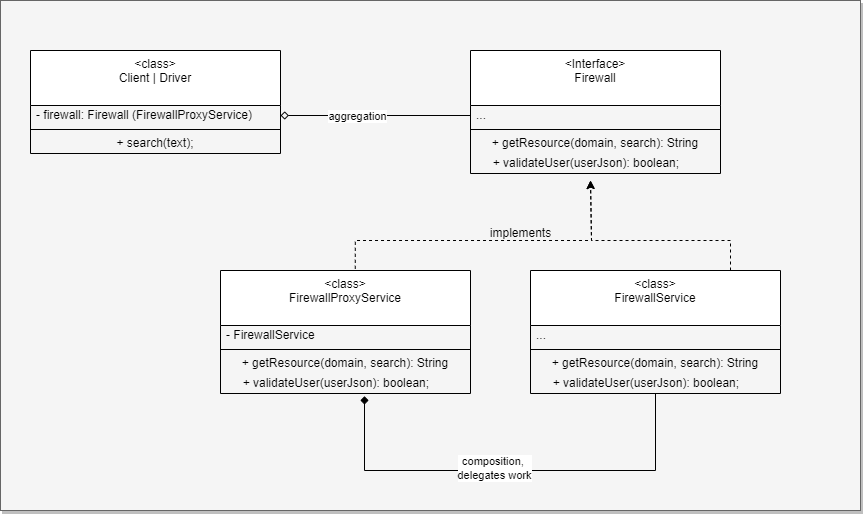
Earlier version of the draw.io export design-patterns/assets/proxy.png (Sudarshan-r-bhat/Design-Patterns). Source tidied: cells renumbered, new cells last; positions are measured from the earlier drawing's top-left corner, leaving out a move shared by most shapes. The source it was exported from:
```xml
<mxGraphModel>
  <root>
    <mxCell id="0" />
    <mxCell id="1" parent="0" />
    <mxCell id="2" style="rounded=0;whiteSpace=wrap;html=1;shadow=1;fillColor=#f5f5f5;strokeColor=#666666;fontColor=#333333;" parent="1" vertex="1">
      <mxGeometry width="860" height="510" as="geometry" />
    </mxCell>
    <mxCell id="3" style="edgeStyle=orthogonalEdgeStyle;rounded=0;jettySize=auto;html=1;entryX=1;entryY=0.5;entryDx=0;entryDy=0;exitX=0;exitY=0.5;exitDx=0;exitDy=0;endArrow=diamond;endFill=0;" parent="1" edge="1" source="6" target="24">
      <mxGeometry relative="1" as="geometry" />
    </mxCell>
    <mxCell id="4" value="aggregation" style="edgeLabel;html=1;align=center;verticalAlign=middle;" parent="3" vertex="1">
      <mxGeometry x="0.2" relative="1" as="geometry" />
    </mxCell>
    <mxCell id="5" value="&amp;lt;Interface&amp;gt;&lt;br&gt;Firewall" style="swimlane;fontStyle=0;align=center;verticalAlign=top;horizontal=1;startSize=55;html=1;whiteSpace=wrap;" parent="1" vertex="1">
      <mxGeometry x="470" y="50" width="250" height="123" as="geometry" />
    </mxCell>
    <mxCell id="6" value="..." style="text;html=1;strokeColor=none;fillColor=none;align=left;verticalAlign=middle;spacingLeft=4;spacingRight=4;overflow=hidden;points=[[0,0.5],[1,0.5]];portConstraint=eastwest;whiteSpace=wrap;" parent="5" vertex="1">
      <mxGeometry y="55" width="250" height="20" as="geometry" />
    </mxCell>
    <mxCell id="7" style="line;strokeWidth=1;fillColor=none;align=left;verticalAlign=middle;spacingTop=-1;spacingLeft=3;spacingRight=3;labelPosition=right;" parent="5" vertex="1">
      <mxGeometry y="75" width="250" height="8" as="geometry" />
    </mxCell>
    <mxCell id="8" value="+ getResource(domain, search): String" style="text;html=1;strokeColor=none;fillColor=none;align=center;verticalAlign=middle;spacingLeft=4;spacingRight=4;overflow=hidden;whiteSpace=wrap;" parent="5" vertex="1">
      <mxGeometry y="83" width="250" height="20" as="geometry" />
    </mxCell>
    <mxCell id="9" value="&amp;nbsp; &amp;nbsp; &amp;nbsp;+ validateUser(userJson): boolean;" style="text;html=1;strokeColor=none;fillColor=none;align=left;verticalAlign=middle;spacingLeft=4;spacingRight=4;overflow=hidden;whiteSpace=wrap;" parent="5" vertex="1">
      <mxGeometry y="103" width="250" height="20" as="geometry" />
    </mxCell>
    <mxCell id="10" style="edgeStyle=orthogonalEdgeStyle;rounded=0;jettySize=auto;html=1;dashed=1;" parent="1" edge="1" source="11">
      <mxGeometry relative="1" as="geometry">
        <mxPoint x="590" y="180" as="targetPoint" />
        <Array as="points">
          <mxPoint x="730" y="240" />
          <mxPoint x="591" y="240" />
        </Array>
      </mxGeometry>
    </mxCell>
    <mxCell id="11" value="&amp;lt;class&amp;gt;&lt;br&gt;FirewallService" style="swimlane;fontStyle=0;align=center;verticalAlign=top;horizontal=1;startSize=55;html=1;whiteSpace=wrap;" parent="1" vertex="1">
      <mxGeometry x="530" y="270" width="250" height="123" as="geometry" />
    </mxCell>
    <mxCell id="12" value="..." style="text;html=1;strokeColor=none;fillColor=none;align=left;verticalAlign=middle;spacingLeft=4;spacingRight=4;overflow=hidden;whiteSpace=wrap;" parent="11" vertex="1">
      <mxGeometry y="55" width="250" height="20" as="geometry" />
    </mxCell>
    <mxCell id="13" style="line;strokeWidth=1;fillColor=none;align=left;verticalAlign=middle;spacingTop=-1;spacingLeft=3;spacingRight=3;labelPosition=right;" parent="11" vertex="1">
      <mxGeometry y="75" width="250" height="8" as="geometry" />
    </mxCell>
    <mxCell id="14" value="+ getResource(domain, search): String" style="text;html=1;strokeColor=none;fillColor=none;align=center;verticalAlign=middle;spacingLeft=4;spacingRight=4;overflow=hidden;points=[[0,0.5],[1,0.5]];portConstraint=eastwest;whiteSpace=wrap;" parent="11" vertex="1">
      <mxGeometry y="83" width="250" height="20" as="geometry" />
    </mxCell>
    <mxCell id="15" value="&amp;nbsp; &amp;nbsp; &amp;nbsp;+ validateUser(userJson): boolean;" style="text;html=1;strokeColor=none;fillColor=none;align=left;verticalAlign=middle;spacingLeft=4;spacingRight=4;overflow=hidden;points=[[0,0.5],[1,0.5]];portConstraint=eastwest;whiteSpace=wrap;" parent="11" vertex="1">
      <mxGeometry y="103" width="250" height="20" as="geometry" />
    </mxCell>
    <mxCell id="16" style="edgeStyle=orthogonalEdgeStyle;rounded=0;jettySize=auto;html=1;exitX=0.539;exitY=-0.014;exitDx=0;exitDy=0;exitPerimeter=0;dashed=1;" parent="1" edge="1" source="17">
      <mxGeometry relative="1" as="geometry">
        <mxPoint x="590" y="180" as="targetPoint" />
        <Array as="points">
          <mxPoint x="355" y="240" />
          <mxPoint x="591" y="240" />
        </Array>
      </mxGeometry>
    </mxCell>
    <mxCell id="17" value="&amp;lt;class&amp;gt;&lt;br&gt;FirewallProxyService" style="swimlane;fontStyle=0;align=center;verticalAlign=top;horizontal=1;startSize=55;html=1;whiteSpace=wrap;" parent="1" vertex="1">
      <mxGeometry x="220" y="270" width="250" height="123" as="geometry" />
    </mxCell>
    <mxCell id="18" value="- FirewallService" style="text;html=1;strokeColor=none;fillColor=none;align=left;verticalAlign=middle;spacingLeft=4;spacingRight=4;overflow=hidden;points=[[0,0.5],[1,0.5]];portConstraint=eastwest;whiteSpace=wrap;" parent="17" vertex="1">
      <mxGeometry y="55" width="250" height="20" as="geometry" />
    </mxCell>
    <mxCell id="19" style="line;strokeWidth=1;fillColor=none;align=left;verticalAlign=middle;spacingTop=-1;spacingLeft=3;spacingRight=3;labelPosition=right;" parent="17" vertex="1">
      <mxGeometry y="75" width="250" height="8" as="geometry" />
    </mxCell>
    <mxCell id="20" value="+ getResource(domain, search): String" style="text;html=1;strokeColor=none;fillColor=none;align=center;verticalAlign=middle;spacingLeft=4;spacingRight=4;overflow=hidden;whiteSpace=wrap;" parent="17" vertex="1">
      <mxGeometry y="83" width="250" height="20" as="geometry" />
    </mxCell>
    <mxCell id="21" value="&amp;nbsp; &amp;nbsp; &amp;nbsp;+ validateUser(userJson): boolean;" style="text;html=1;strokeColor=none;fillColor=none;align=left;verticalAlign=middle;spacingLeft=4;spacingRight=4;overflow=hidden;points=[[0,0.5],[1,0.5]];portConstraint=eastwest;whiteSpace=wrap;" parent="17" vertex="1">
      <mxGeometry y="103" width="250" height="20" as="geometry" />
    </mxCell>
    <mxCell id="22" value="implements" style="text;html=1;align=center;verticalAlign=middle;strokeColor=none;fillColor=none;" parent="1" vertex="1">
      <mxGeometry x="480" y="218" width="80" height="30" as="geometry" />
    </mxCell>
    <mxCell id="23" value="&amp;lt;class&amp;gt;&lt;br&gt;Client | Driver" style="swimlane;fontStyle=0;align=center;verticalAlign=top;horizontal=1;startSize=55;html=1;whiteSpace=wrap;" parent="1" vertex="1">
      <mxGeometry x="30" y="50" width="250" height="103" as="geometry" />
    </mxCell>
    <mxCell id="24" value="- firewall: Firewall (FirewallProxyService)" style="text;html=1;strokeColor=none;fillColor=none;align=left;verticalAlign=middle;spacingLeft=4;spacingRight=4;overflow=hidden;points=[[0,0.5],[1,0.5]];portConstraint=eastwest;whiteSpace=wrap;" parent="23" vertex="1">
      <mxGeometry y="55" width="250" height="20" as="geometry" />
    </mxCell>
    <mxCell id="25" style="line;strokeWidth=1;fillColor=none;align=left;verticalAlign=middle;spacingTop=-1;spacingLeft=3;spacingRight=3;labelPosition=right;" parent="23" vertex="1">
      <mxGeometry y="75" width="250" height="8" as="geometry" />
    </mxCell>
    <mxCell id="26" value="+ search(text);" style="text;html=1;strokeColor=none;fillColor=none;align=center;verticalAlign=middle;spacingLeft=4;spacingRight=4;overflow=hidden;whiteSpace=wrap;" parent="23" vertex="1">
      <mxGeometry y="83" width="250" height="20" as="geometry" />
    </mxCell>
    <mxCell id="27" style="edgeStyle=orthogonalEdgeStyle;rounded=0;jettySize=auto;html=1;entryX=0.576;entryY=1.133;entryDx=0;entryDy=0;entryPerimeter=0;endArrow=diamond;endFill=1;" parent="1" edge="1" source="15" target="21">
      <mxGeometry relative="1" as="geometry">
        <Array as="points">
          <mxPoint x="655" y="470" />
          <mxPoint x="364" y="470" />
        </Array>
      </mxGeometry>
    </mxCell>
    <mxCell id="28" value="composition,&amp;nbsp;&lt;br&gt;delegates work" style="edgeLabel;html=1;align=center;verticalAlign=middle;" parent="27" vertex="1">
      <mxGeometry x="0.08" y="-3" relative="1" as="geometry" />
    </mxCell>
  </root>
</mxGraphModel>
```
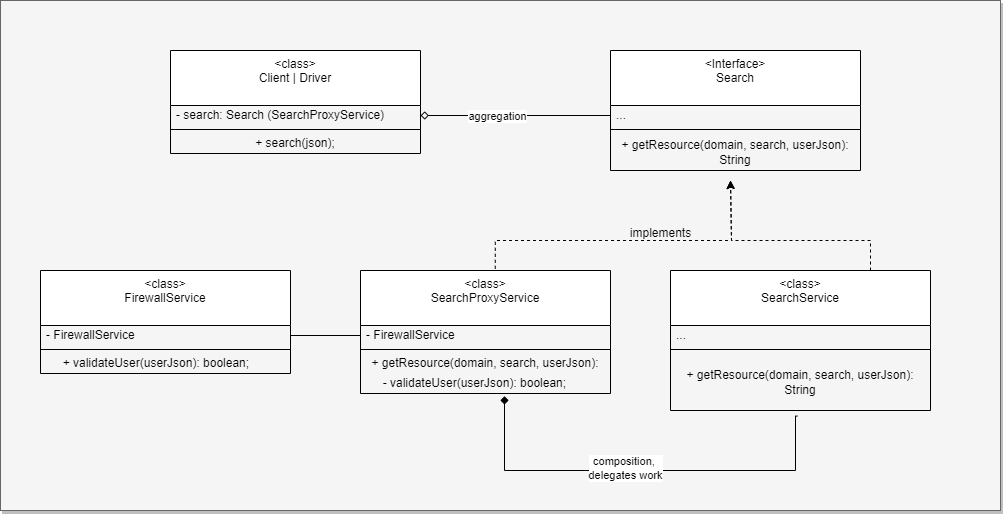
After the commit.

Diff of the diagram source:
```diff
@@ -3,7 +3,7 @@
     <mxCell id="0" />
     <mxCell id="1" parent="0" />
     <mxCell id="2" style="rounded=0;whiteSpace=wrap;html=1;shadow=1;fillColor=#f5f5f5;strokeColor=#666666;fontColor=#333333;" parent="1" vertex="1">
-      <mxGeometry width="860" height="510" as="geometry" />
+      <mxGeometry x="-140" width="1000" height="510" as="geometry" />
     </mxCell>
     <mxCell id="3" style="edgeStyle=orthogonalEdgeStyle;rounded=0;jettySize=auto;html=1;entryX=1;entryY=0.5;entryDx=0;entryDy=0;exitX=0;exitY=0.5;exitDx=0;exitDy=0;endArrow=diamond;endFill=0;" parent="1" edge="1" source="6" target="24">
       <mxGeometry relative="1" as="geometry" />
@@ -11,8 +11,8 @@
     <mxCell id="4" value="aggregation" style="edgeLabel;html=1;align=center;verticalAlign=middle;" parent="3" vertex="1">
       <mxGeometry x="0.2" relative="1" as="geometry" />
     </mxCell>
-    <mxCell id="5" value="&amp;lt;Interface&amp;gt;&lt;br&gt;Firewall" style="swimlane;fontStyle=0;align=center;verticalAlign=top;horizontal=1;startSize=55;html=1;whiteSpace=wrap;" parent="1" vertex="1">
-      <mxGeometry x="470" y="50" width="250" height="123" as="geometry" />
+    <mxCell id="5" value="&amp;lt;Interface&amp;gt;&lt;br&gt;Search" style="swimlane;fontStyle=0;align=center;verticalAlign=top;horizontal=1;startSize=55;html=1;whiteSpace=wrap;" parent="1" vertex="1">
+      <mxGeometry x="470" y="50" width="250" height="120" as="geometry" />
     </mxCell>
     <mxCell id="6" value="..." style="text;html=1;strokeColor=none;fillColor=none;align=left;verticalAlign=middle;spacingLeft=4;spacingRight=4;overflow=hidden;points=[[0,0.5],[1,0.5]];portConstraint=eastwest;whiteSpace=wrap;" parent="5" vertex="1">
       <mxGeometry y="55" width="250" height="20" as="geometry" />
@@ -20,12 +20,9 @@
     <mxCell id="7" style="line;strokeWidth=1;fillColor=none;align=left;verticalAlign=middle;spacingTop=-1;spacingLeft=3;spacingRight=3;labelPosition=right;" parent="5" vertex="1">
       <mxGeometry y="75" width="250" height="8" as="geometry" />
     </mxCell>
-    <mxCell id="8" value="+ getResource(domain, search): String" style="text;html=1;strokeColor=none;fillColor=none;align=center;verticalAlign=middle;spacingLeft=4;spacingRight=4;overflow=hidden;whiteSpace=wrap;" parent="5" vertex="1">
-      <mxGeometry y="83" width="250" height="20" as="geometry" />
+    <mxCell id="8" value="+ getResource(domain, search, userJson): String" style="text;html=1;strokeColor=none;fillColor=none;align=center;verticalAlign=middle;spacingLeft=4;spacingRight=4;overflow=hidden;whiteSpace=wrap;" parent="5" vertex="1">
+      <mxGeometry y="83" width="250" height="37" as="geometry" />
     </mxCell>
-    <mxCell id="9" value="&amp;nbsp; &amp;nbsp; &amp;nbsp;+ validateUser(userJson): boolean;" style="text;html=1;strokeColor=none;fillColor=none;align=left;verticalAlign=middle;spacingLeft=4;spacingRight=4;overflow=hidden;whiteSpace=wrap;" parent="5" vertex="1">
-      <mxGeometry y="103" width="250" height="20" as="geometry" />
-    </mxCell>
     <mxCell id="10" style="edgeStyle=orthogonalEdgeStyle;rounded=0;jettySize=auto;html=1;dashed=1;" parent="1" edge="1" source="11">
       <mxGeometry relative="1" as="geometry">
         <mxPoint x="590" y="180" as="targetPoint" />
@@ -35,21 +32,18 @@
         </Array>
       </mxGeometry>
     </mxCell>
-    <mxCell id="11" value="&amp;lt;class&amp;gt;&lt;br&gt;FirewallService" style="swimlane;fontStyle=0;align=center;verticalAlign=top;horizontal=1;startSize=55;html=1;whiteSpace=wrap;" parent="1" vertex="1">
-      <mxGeometry x="530" y="270" width="250" height="123" as="geometry" />
+    <mxCell id="11" value="&amp;lt;class&amp;gt;&lt;br&gt;SearchService" style="swimlane;fontStyle=0;align=center;verticalAlign=top;horizontal=1;startSize=55;html=1;whiteSpace=wrap;" parent="1" vertex="1">
+      <mxGeometry x="530" y="270" width="260" height="140" as="geometry" />
     </mxCell>
     <mxCell id="12" value="..." style="text;html=1;strokeColor=none;fillColor=none;align=left;verticalAlign=middle;spacingLeft=4;spacingRight=4;overflow=hidden;whiteSpace=wrap;" parent="11" vertex="1">
-      <mxGeometry y="55" width="250" height="20" as="geometry" />
+      <mxGeometry y="55" width="260" height="20" as="geometry" />
     </mxCell>
     <mxCell id="13" style="line;strokeWidth=1;fillColor=none;align=left;verticalAlign=middle;spacingTop=-1;spacingLeft=3;spacingRight=3;labelPosition=right;" parent="11" vertex="1">
-      <mxGeometry y="75" width="250" height="8" as="geometry" />
+      <mxGeometry y="75" width="260" height="8" as="geometry" />
     </mxCell>
-    <mxCell id="14" value="+ getResource(domain, search): String" style="text;html=1;strokeColor=none;fillColor=none;align=center;verticalAlign=middle;spacingLeft=4;spacingRight=4;overflow=hidden;points=[[0,0.5],[1,0.5]];portConstraint=eastwest;whiteSpace=wrap;" parent="11" vertex="1">
-      <mxGeometry y="83" width="250" height="20" as="geometry" />
+    <mxCell id="14" value="+ getResource(domain, search, userJson): String" style="text;html=1;strokeColor=none;fillColor=none;align=center;verticalAlign=middle;spacingLeft=4;spacingRight=4;overflow=hidden;points=[[0,0.5],[1,0.5]];portConstraint=eastwest;whiteSpace=wrap;" parent="11" vertex="1">
+      <mxGeometry y="83" width="260" height="57" as="geometry" />
     </mxCell>
-    <mxCell id="15" value="&amp;nbsp; &amp;nbsp; &amp;nbsp;+ validateUser(userJson): boolean;" style="text;html=1;strokeColor=none;fillColor=none;align=left;verticalAlign=middle;spacingLeft=4;spacingRight=4;overflow=hidden;points=[[0,0.5],[1,0.5]];portConstraint=eastwest;whiteSpace=wrap;" parent="11" vertex="1">
-      <mxGeometry y="103" width="250" height="20" as="geometry" />
-    </mxCell>
     <mxCell id="16" style="edgeStyle=orthogonalEdgeStyle;rounded=0;jettySize=auto;html=1;exitX=0.539;exitY=-0.014;exitDx=0;exitDy=0;exitPerimeter=0;dashed=1;" parent="1" edge="1" source="17">
       <mxGeometry relative="1" as="geometry">
         <mxPoint x="590" y="180" as="targetPoint" />
@@ -59,7 +53,7 @@
         </Array>
       </mxGeometry>
     </mxCell>
-    <mxCell id="17" value="&amp;lt;class&amp;gt;&lt;br&gt;FirewallProxyService" style="swimlane;fontStyle=0;align=center;verticalAlign=top;horizontal=1;startSize=55;html=1;whiteSpace=wrap;" parent="1" vertex="1">
+    <mxCell id="17" value="&amp;lt;class&amp;gt;&lt;br&gt;SearchProxyService" style="swimlane;fontStyle=0;align=center;verticalAlign=top;horizontal=1;startSize=55;html=1;whiteSpace=wrap;" parent="1" vertex="1">
       <mxGeometry x="220" y="270" width="250" height="123" as="geometry" />
     </mxCell>
     <mxCell id="18" value="- FirewallService" style="text;html=1;strokeColor=none;fillColor=none;align=left;verticalAlign=middle;spacingLeft=4;spacingRight=4;overflow=hidden;points=[[0,0.5],[1,0.5]];portConstraint=eastwest;whiteSpace=wrap;" parent="17" vertex="1">
@@ -68,10 +62,10 @@
     <mxCell id="19" style="line;strokeWidth=1;fillColor=none;align=left;verticalAlign=middle;spacingTop=-1;spacingLeft=3;spacingRight=3;labelPosition=right;" parent="17" vertex="1">
       <mxGeometry y="75" width="250" height="8" as="geometry" />
     </mxCell>
-    <mxCell id="20" value="+ getResource(domain, search): String" style="text;html=1;strokeColor=none;fillColor=none;align=center;verticalAlign=middle;spacingLeft=4;spacingRight=4;overflow=hidden;whiteSpace=wrap;" parent="17" vertex="1">
+    <mxCell id="20" value="+ getResource(domain, search, userJson): String" style="text;html=1;strokeColor=none;fillColor=none;align=center;verticalAlign=middle;spacingLeft=4;spacingRight=4;overflow=hidden;whiteSpace=wrap;" parent="17" vertex="1">
       <mxGeometry y="83" width="250" height="20" as="geometry" />
     </mxCell>
-    <mxCell id="21" value="&amp;nbsp; &amp;nbsp; &amp;nbsp;+ validateUser(userJson): boolean;" style="text;html=1;strokeColor=none;fillColor=none;align=left;verticalAlign=middle;spacingLeft=4;spacingRight=4;overflow=hidden;points=[[0,0.5],[1,0.5]];portConstraint=eastwest;whiteSpace=wrap;" parent="17" vertex="1">
+    <mxCell id="21" value="&amp;nbsp; &amp;nbsp; &amp;nbsp;- validateUser(userJson): boolean;" style="text;html=1;strokeColor=none;fillColor=none;align=left;verticalAlign=middle;spacingLeft=4;spacingRight=4;overflow=hidden;points=[[0,0.5],[1,0.5]];portConstraint=eastwest;whiteSpace=wrap;" parent="17" vertex="1">
       <mxGeometry y="103" width="250" height="20" as="geometry" />
     </mxCell>
     <mxCell id="22" value="implements" style="text;html=1;align=center;verticalAlign=middle;strokeColor=none;fillColor=none;" parent="1" vertex="1">
@@ -80,18 +74,19 @@
     <mxCell id="23" value="&amp;lt;class&amp;gt;&lt;br&gt;Client | Driver" style="swimlane;fontStyle=0;align=center;verticalAlign=top;horizontal=1;startSize=55;html=1;whiteSpace=wrap;" parent="1" vertex="1">
       <mxGeometry x="30" y="50" width="250" height="103" as="geometry" />
     </mxCell>
-    <mxCell id="24" value="- firewall: Firewall (FirewallProxyService)" style="text;html=1;strokeColor=none;fillColor=none;align=left;verticalAlign=middle;spacingLeft=4;spacingRight=4;overflow=hidden;points=[[0,0.5],[1,0.5]];portConstraint=eastwest;whiteSpace=wrap;" parent="23" vertex="1">
+    <mxCell id="24" value="- search: Search (SearchProxyService)" style="text;html=1;strokeColor=none;fillColor=none;align=left;verticalAlign=middle;spacingLeft=4;spacingRight=4;overflow=hidden;points=[[0,0.5],[1,0.5]];portConstraint=eastwest;whiteSpace=wrap;" parent="23" vertex="1">
       <mxGeometry y="55" width="250" height="20" as="geometry" />
     </mxCell>
     <mxCell id="25" style="line;strokeWidth=1;fillColor=none;align=left;verticalAlign=middle;spacingTop=-1;spacingLeft=3;spacingRight=3;labelPosition=right;" parent="23" vertex="1">
       <mxGeometry y="75" width="250" height="8" as="geometry" />
     </mxCell>
-    <mxCell id="26" value="+ search(text);" style="text;html=1;strokeColor=none;fillColor=none;align=center;verticalAlign=middle;spacingLeft=4;spacingRight=4;overflow=hidden;whiteSpace=wrap;" parent="23" vertex="1">
+    <mxCell id="26" value="+ search(json);" style="text;html=1;strokeColor=none;fillColor=none;align=center;verticalAlign=middle;spacingLeft=4;spacingRight=4;overflow=hidden;whiteSpace=wrap;" parent="23" vertex="1">
       <mxGeometry y="83" width="250" height="20" as="geometry" />
     </mxCell>
-    <mxCell id="27" style="edgeStyle=orthogonalEdgeStyle;rounded=0;jettySize=auto;html=1;entryX=0.576;entryY=1.133;entryDx=0;entryDy=0;entryPerimeter=0;endArrow=diamond;endFill=1;" parent="1" edge="1" source="15" target="21">
+    <mxCell id="27" style="edgeStyle=orthogonalEdgeStyle;rounded=0;jettySize=auto;html=1;entryX=0.576;entryY=1.133;entryDx=0;entryDy=0;entryPerimeter=0;endArrow=diamond;endFill=1;exitX=0.488;exitY=1.099;exitDx=0;exitDy=0;exitPerimeter=0;" parent="1" edge="1" source="14" target="21">
       <mxGeometry relative="1" as="geometry">
         <Array as="points">
+          <mxPoint x="655" y="416" />
           <mxPoint x="655" y="470" />
           <mxPoint x="364" y="470" />
         </Array>
@@ -100,5 +95,20 @@
     <mxCell id="28" value="composition,&amp;nbsp;&lt;br&gt;delegates work" style="edgeLabel;html=1;align=center;verticalAlign=middle;" parent="27" vertex="1">
       <mxGeometry x="0.08" y="-3" relative="1" as="geometry" />
     </mxCell>
+    <mxCell id="29" value="&amp;lt;class&amp;gt;&lt;br&gt;FirewallService" style="swimlane;fontStyle=0;align=center;verticalAlign=top;horizontal=1;startSize=55;html=1;whiteSpace=wrap;" parent="1" vertex="1">
+      <mxGeometry x="-100" y="270" width="250" height="103" as="geometry" />
+    </mxCell>
+    <mxCell id="30" value="- FirewallService" style="text;html=1;strokeColor=none;fillColor=none;align=left;verticalAlign=middle;spacingLeft=4;spacingRight=4;overflow=hidden;points=[[0,0.5],[1,0.5]];portConstraint=eastwest;whiteSpace=wrap;" parent="29" vertex="1">
+      <mxGeometry y="55" width="250" height="20" as="geometry" />
+    </mxCell>
+    <mxCell id="31" style="line;strokeWidth=1;fillColor=none;align=left;verticalAlign=middle;spacingTop=-1;spacingLeft=3;spacingRight=3;labelPosition=right;" parent="29" vertex="1">
+      <mxGeometry y="75" width="250" height="8" as="geometry" />
+    </mxCell>
+    <mxCell id="32" value="&amp;nbsp; &amp;nbsp; &amp;nbsp;+ validateUser(userJson): boolean;" style="text;html=1;strokeColor=none;fillColor=none;align=left;verticalAlign=middle;spacingLeft=4;spacingRight=4;overflow=hidden;whiteSpace=wrap;" parent="29" vertex="1">
+      <mxGeometry y="83" width="250" height="20" as="geometry" />
+    </mxCell>
+    <mxCell id="33" style="edgeStyle=orthogonalEdgeStyle;rounded=0;jettySize=auto;html=1;entryX=1;entryY=0.5;entryDx=0;entryDy=0;endArrow=none;endFill=0;" parent="1" edge="1" source="18" target="30">
+      <mxGeometry relative="1" as="geometry" />
+    </mxCell>
   </root>
 </mxGraphModel>
```
